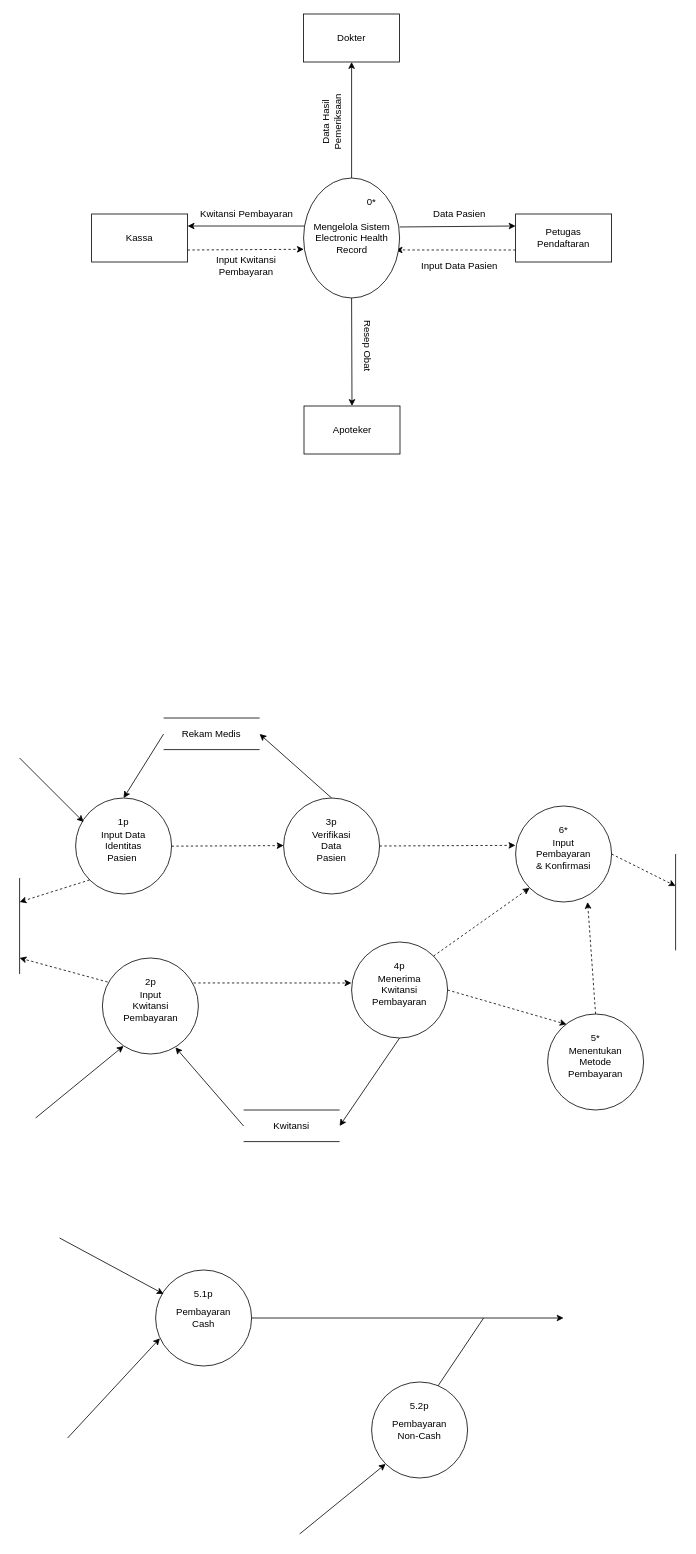
The draw.io diagram DFD LVL 0.drawio in Arfnvaaa/Arfnvaaa, before the edit. Source tidied: cells renumbered, new cells numbered last; positions are measured from the earlier drawing's top-left corner, leaving out a move shared by most shapes. Both pictures are drawn from the tidied source at 80%, with x=0, y=0 at pixel (19, 14).
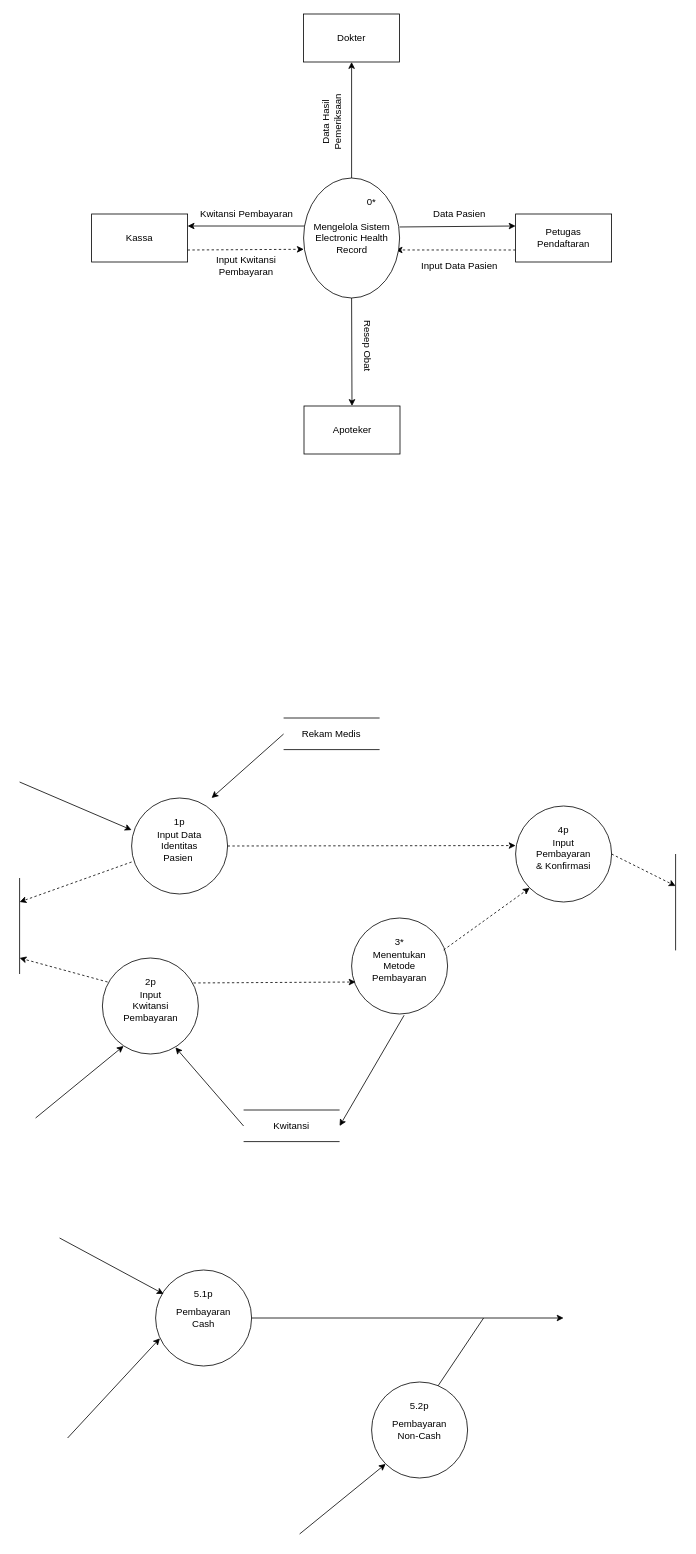
The same page after the edit.

Unchanged cells that the change refers to:
```xml
<mxCell id="25" style="ellipse;whiteSpace=wrap;html=1;" parent="24" vertex="1">
  <mxGeometry width="120" height="120" as="geometry" />
</mxCell>
<mxCell id="51" style="ellipse;whiteSpace=wrap;html=1;" parent="50" vertex="1">
  <mxGeometry width="120" height="120" as="geometry" />
</mxCell>
<mxCell id="55" style="ellipse;whiteSpace=wrap;html=1;" parent="54" vertex="1">
  <mxGeometry width="120" height="120" as="geometry" />
</mxCell>
<mxCell id="58" style="group;" parent="1" vertex="1">
  <mxGeometry x="620" y="990" width="120" height="120" as="geometry" />
</mxCell>
<mxCell id="59" style="ellipse;whiteSpace=wrap;html=1;" parent="58" vertex="1">
  <mxGeometry width="120" height="120" as="geometry" />
</mxCell>
```

Diff of the diagram source:
```diff
@@
-    <mxCell id="28" style="group;" parent="1" vertex="1">
-      <mxGeometry x="330" y="980" width="120" height="120" as="geometry" />
-    </mxCell>
-    <mxCell id="29" style="ellipse;whiteSpace=wrap;html=1;" parent="28" vertex="1">
-      <mxGeometry width="120" height="120" as="geometry" />
-    </mxCell>
-    <mxCell id="30" value="Verifikasi Data Pasien" style="text;html=1;whiteSpace=wrap;strokeColor=none;fillColor=none;align=center;verticalAlign=middle;rounded=0;" parent="28" vertex="1">
-      <mxGeometry x="30" y="45" width="60" height="30" as="geometry" />
-    </mxCell>
-    <mxCell id="31" value="3p" style="text;html=1;whiteSpace=wrap;strokeColor=none;fillColor=none;align=center;verticalAlign=middle;rounded=0;" parent="28" vertex="1">
-      <mxGeometry x="30" y="15" width="60" height="30" as="geometry" />
-    </mxCell>
@@
     <mxCell id="38" style="group;" parent="1" vertex="1">
-      <mxGeometry x="180" y="880" width="120" height="39.5" as="geometry" />
+      <mxGeometry x="330" y="880" width="120" height="39.5" as="geometry" />
     </mxCell>
@@
-    <mxCell id="46" style="group;" parent="1" vertex="1">
-      <mxGeometry x="415" y="1160" width="120" height="120" as="geometry" />
-    </mxCell>
-    <mxCell id="47" style="ellipse;whiteSpace=wrap;html=1;" parent="46" vertex="1">
-      <mxGeometry width="120" height="120" as="geometry" />
-    </mxCell>
-    <mxCell id="48" value="Menerima Kwitansi Pembayaran" style="text;html=1;whiteSpace=wrap;strokeColor=none;fillColor=none;align=center;verticalAlign=middle;rounded=0;" parent="46" vertex="1">
-      <mxGeometry x="30" y="45" width="60" height="30" as="geometry" />
-    </mxCell>
-    <mxCell id="49" value="4p" style="text;html=1;whiteSpace=wrap;strokeColor=none;fillColor=none;align=center;verticalAlign=middle;rounded=0;" parent="46" vertex="1">
-      <mxGeometry x="30" y="15" width="60" height="30" as="geometry" />
-    </mxCell>
     <mxCell id="50" style="group;" parent="1" vertex="1">
-      <mxGeometry x="70" y="980" width="120" height="120" as="geometry" />
+      <mxGeometry x="140" y="980" width="120" height="120" as="geometry" />
     </mxCell>
@@
     <mxCell id="54" style="group;" parent="1" vertex="1">
-      <mxGeometry x="660" y="1250" width="120" height="120" as="geometry" />
+      <mxGeometry x="415" y="1130" width="120" height="120" as="geometry" />
     </mxCell>
@@
-    <mxCell id="57" value="5*" style="text;html=1;whiteSpace=wrap;strokeColor=none;fillColor=none;align=center;verticalAlign=middle;rounded=0;" parent="54" vertex="1">
+    <mxCell id="57" value="3*" style="text;html=1;whiteSpace=wrap;strokeColor=none;fillColor=none;align=center;verticalAlign=middle;rounded=0;" parent="54" vertex="1">
       <mxGeometry x="30" y="15" width="60" height="30" as="geometry" />
     </mxCell>
@@
-    <mxCell id="61" value="6*" style="text;html=1;whiteSpace=wrap;strokeColor=none;fillColor=none;align=center;verticalAlign=middle;rounded=0;" parent="58" vertex="1">
+    <mxCell id="61" value="4p" style="text;html=1;whiteSpace=wrap;strokeColor=none;fillColor=none;align=center;verticalAlign=middle;rounded=0;" parent="58" vertex="1">
       <mxGeometry x="30" y="15" width="60" height="30" as="geometry" />
     </mxCell>
@@
     <mxCell id="64" style="endArrow=classic;html=1;rounded=0;" parent="1" edge="1">
       <mxGeometry relative="1" as="geometry">
-        <mxPoint y="930" as="sourcePoint" />
-        <mxPoint x="80" y="1010" as="targetPoint" />
+        <mxPoint y="960" as="sourcePoint" />
+        <mxPoint x="140" y="1020" as="targetPoint" />
       </mxGeometry>
     </mxCell>
@@
-    <mxCell id="66" style="endArrow=classic;html=1;rounded=0;exitX=1;exitY=0.5;exitDx=0;exitDy=0;dashed=1;entryX=0.197;entryY=0.108;entryDx=0;entryDy=0;entryPerimeter=0;" parent="1" edge="1" source="47" target="55">
-      <mxGeometry relative="1" as="geometry" />
-    </mxCell>
-    <mxCell id="67" style="endArrow=classic;html=1;rounded=0;dashed=1;entryX=-0.002;entryY=0.41;entryDx=0;entryDy=0;entryPerimeter=0;exitX=1;exitY=0.5;exitDx=0;exitDy=0;" parent="1" edge="1" source="29" target="59">
-      <mxGeometry relative="1" as="geometry" />
-    </mxCell>
-    <mxCell id="68" style="endArrow=classic;html=1;rounded=0;dashed=1;entryX=0;entryY=1;entryDx=0;entryDy=0;exitX=1;exitY=0;exitDx=0;exitDy=0;" parent="1" edge="1" source="47" target="59">
-      <mxGeometry relative="1" as="geometry" />
+    <mxCell id="68" style="endArrow=classic;html=1;rounded=0;dashed=1;entryX=0;entryY=1;entryDx=0;entryDy=0;" parent="1" edge="1" target="59">
+      <mxGeometry relative="1" as="geometry">
+        <mxPoint x="530" y="1170" as="sourcePoint" />
+      </mxGeometry>
     </mxCell>
@@
     <mxCell id="70" style="endArrow=classic;html=1;rounded=0;" parent="1" edge="1">
       <mxGeometry relative="1" as="geometry">
-        <mxPoint x="180" y="900" as="sourcePoint" />
-        <mxPoint x="130" y="980" as="targetPoint" />
+        <mxPoint x="330" y="900" as="sourcePoint" />
+        <mxPoint x="240" y="980" as="targetPoint" />
       </mxGeometry>
     </mxCell>
-    <mxCell id="71" style="endArrow=classic;html=1;rounded=0;dashed=1;entryX=-0.002;entryY=0.41;entryDx=0;entryDy=0;entryPerimeter=0;" parent="1" edge="1">
-      <mxGeometry relative="1" as="geometry">
-        <mxPoint x="190" y="1040.2" as="sourcePoint" />
-        <mxPoint x="330" y="1039.5" as="targetPoint" />
-      </mxGeometry>
+    <mxCell id="71" style="endArrow=classic;html=1;rounded=0;dashed=1;entryX=0;entryY=0.412;entryDx=0;entryDy=0;entryPerimeter=0;exitX=1;exitY=0.5;exitDx=0;exitDy=0;" parent="1" edge="1" source="51" target="59">
+      <mxGeometry relative="1" as="geometry" />
     </mxCell>
@@
-    <mxCell id="73" style="endArrow=classic;html=1;rounded=0;" parent="1" edge="1">
-      <mxGeometry relative="1" as="geometry">
-        <mxPoint x="390" y="980" as="sourcePoint" />
-        <mxPoint x="300" y="900" as="targetPoint" />
-      </mxGeometry>
-    </mxCell>
-    <mxCell id="74" style="endArrow=classic;html=1;rounded=0;exitX=0.5;exitY=1;exitDx=0;exitDy=0;" parent="1" edge="1" source="47">
+    <mxCell id="74" style="endArrow=classic;html=1;rounded=0;exitX=0.547;exitY=1.013;exitDx=0;exitDy=0;exitPerimeter=0;" parent="1" edge="1" source="55">
       <mxGeometry relative="1" as="geometry">
         <mxPoint x="400" y="1390" as="targetPoint" />
       </mxGeometry>
     </mxCell>
-    <mxCell id="75" style="endArrow=classic;html=1;rounded=0;exitX=0.949;exitY=0.26;exitDx=0;exitDy=0;dashed=1;entryX=-0.002;entryY=0.427;entryDx=0;entryDy=0;entryPerimeter=0;exitPerimeter=0;" parent="1" edge="1" source="25" target="47">
-      <mxGeometry relative="1" as="geometry" />
+    <mxCell id="75" style="endArrow=classic;html=1;rounded=0;exitX=0.949;exitY=0.26;exitDx=0;exitDy=0;dashed=1;exitPerimeter=0;" parent="1" edge="1" source="25">
+      <mxGeometry relative="1" as="geometry">
+        <mxPoint x="420" y="1210" as="targetPoint" />
+      </mxGeometry>
     </mxCell>
-    <mxCell id="76" style="endArrow=classic;html=1;rounded=0;dashed=1;exitX=0;exitY=1;exitDx=0;exitDy=0;" parent="1" edge="1" source="51">
+    <mxCell id="76" style="endArrow=classic;html=1;rounded=0;dashed=1;" parent="1" edge="1">
       <mxGeometry relative="1" as="geometry">
+        <mxPoint x="140" y="1060" as="sourcePoint" />
         <mxPoint y="1110" as="targetPoint" />
       </mxGeometry>
     </mxCell>
@@
-    <mxCell id="78" style="endArrow=classic;html=1;rounded=0;dashed=1;exitX=0.5;exitY=0;exitDx=0;exitDy=0;" parent="1" edge="1" source="55">
-      <mxGeometry relative="1" as="geometry">
-        <mxPoint x="710" y="1110" as="targetPoint" />
-      </mxGeometry>
-    </mxCell>
```
